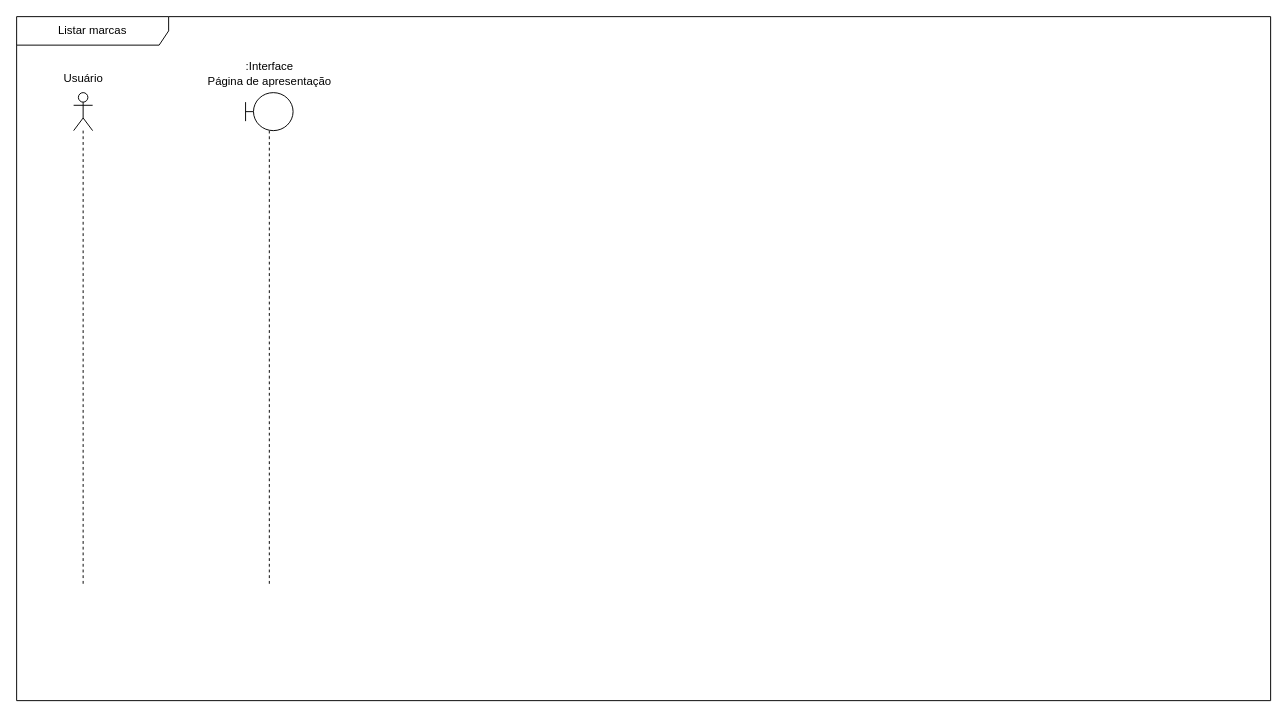
Earlier version of the draw.io diagram UML/sequencia/marcas/Listar-marcas.drawio (Dev-Vinicius-Borges/thousand-miles). Source tidied: cells renumbered, new cells numbered last; positions are measured from the earlier drawing's top-left corner, leaving out a move shared by most shapes. Both pictures are drawn from the tidied source at 95%, with x=0, y=0 at pixel (16, 16).
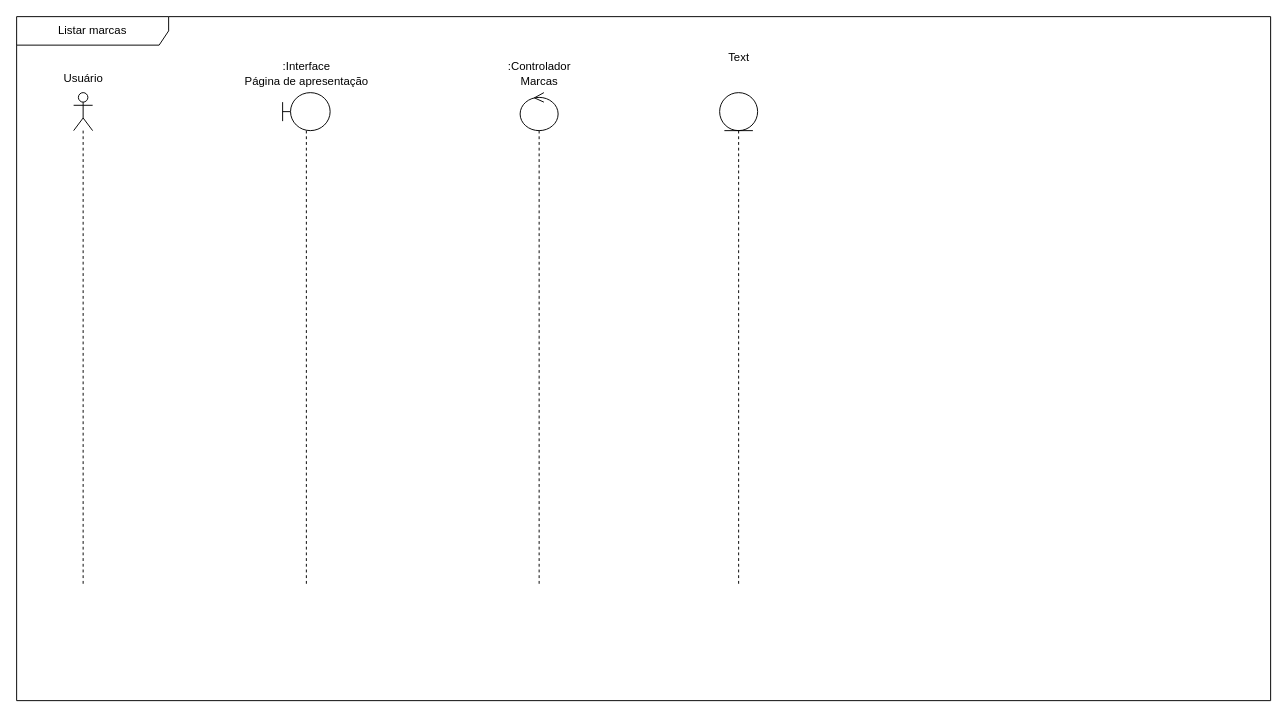
The same diagram, later.

The edit, as a diff of the source:
```diff
@@
 <mxGraphModel>
   <root>
     <mxCell id="0" />
     <mxCell id="1" parent="0" />
     <mxCell id="2" value="Listar marcas" style="shape=umlFrame;whiteSpace=wrap;html=1;width=160;" parent="1" vertex="1">
       <mxGeometry width="1320" height="720" as="geometry" />
     </mxCell>
     <mxCell id="3" style="group;" parent="2" vertex="1">
       <mxGeometry x="40" y="50" width="60" height="550" as="geometry" />
     </mxCell>
     <mxCell id="4" style="shape=umlLifeline;perimeter=lifelinePerimeter;whiteSpace=wrap;html=1;newEdgeStyle={&quot;curved&quot;:0,&quot;rounded&quot;:0};participant=umlActor;" parent="3" vertex="1">
       <mxGeometry x="20" y="30" width="20" height="520" as="geometry" />
     </mxCell>
     <mxCell id="5" value="Usuário" style="text;html=1;align=center;verticalAlign=middle;strokeColor=none;fillColor=none;" parent="3" vertex="1">
       <mxGeometry width="60" height="30" as="geometry" />
     </mxCell>
     <mxCell id="6" style="group;" parent="2" vertex="1">
-      <mxGeometry x="191" y="40" width="150" height="560" as="geometry" />
+      <mxGeometry x="230" y="40" width="150" height="560" as="geometry" />
     </mxCell>
     <mxCell id="7" style="shape=umlLifeline;perimeter=lifelinePerimeter;whiteSpace=wrap;html=1;newEdgeStyle={&quot;curved&quot;:0,&quot;rounded&quot;:0};participant=umlBoundary;" parent="6" vertex="1">
       <mxGeometry x="50" y="40" width="50" height="520" as="geometry" />
     </mxCell>
     <mxCell id="8" value=":Interface&lt;div&gt;Página de apresentação&lt;/div&gt;" style="text;html=1;align=center;verticalAlign=middle;strokeColor=none;fillColor=none;" parent="6" vertex="1">
       <mxGeometry width="150" height="40" as="geometry" />
     </mxCell>
+    <mxCell id="9" style="group;" parent="2" vertex="1">
+      <mxGeometry x="505" y="40" width="90" height="560" as="geometry" />
+    </mxCell>
+    <mxCell id="10" style="shape=umlLifeline;perimeter=lifelinePerimeter;whiteSpace=wrap;html=1;newEdgeStyle={&quot;curved&quot;:0,&quot;rounded&quot;:0};participant=umlControl;" parent="9" vertex="1">
+      <mxGeometry x="25" y="40" width="40" height="520" as="geometry" />
+    </mxCell>
+    <mxCell id="11" value=":Controlador&lt;div&gt;Marcas&lt;/div&gt;" style="text;html=1;align=center;verticalAlign=middle;strokeColor=none;fillColor=none;" parent="9" vertex="1">
+      <mxGeometry width="90" height="40" as="geometry" />
+    </mxCell>
+    <mxCell id="12" style="shape=umlLifeline;perimeter=lifelinePerimeter;whiteSpace=wrap;html=1;newEdgeStyle={&quot;curved&quot;:0,&quot;rounded&quot;:0};participant=umlEntity;" parent="2" vertex="1">
+      <mxGeometry x="740" y="80" width="40" height="520" as="geometry" />
+    </mxCell>
+    <mxCell id="13" value="Text" style="text;html=1;align=center;verticalAlign=middle;strokeColor=none;fillColor=none;" parent="1" vertex="1">
+      <mxGeometry x="735" y="28" width="50" height="30" as="geometry" />
+    </mxCell>
   </root>
 </mxGraphModel>
```
